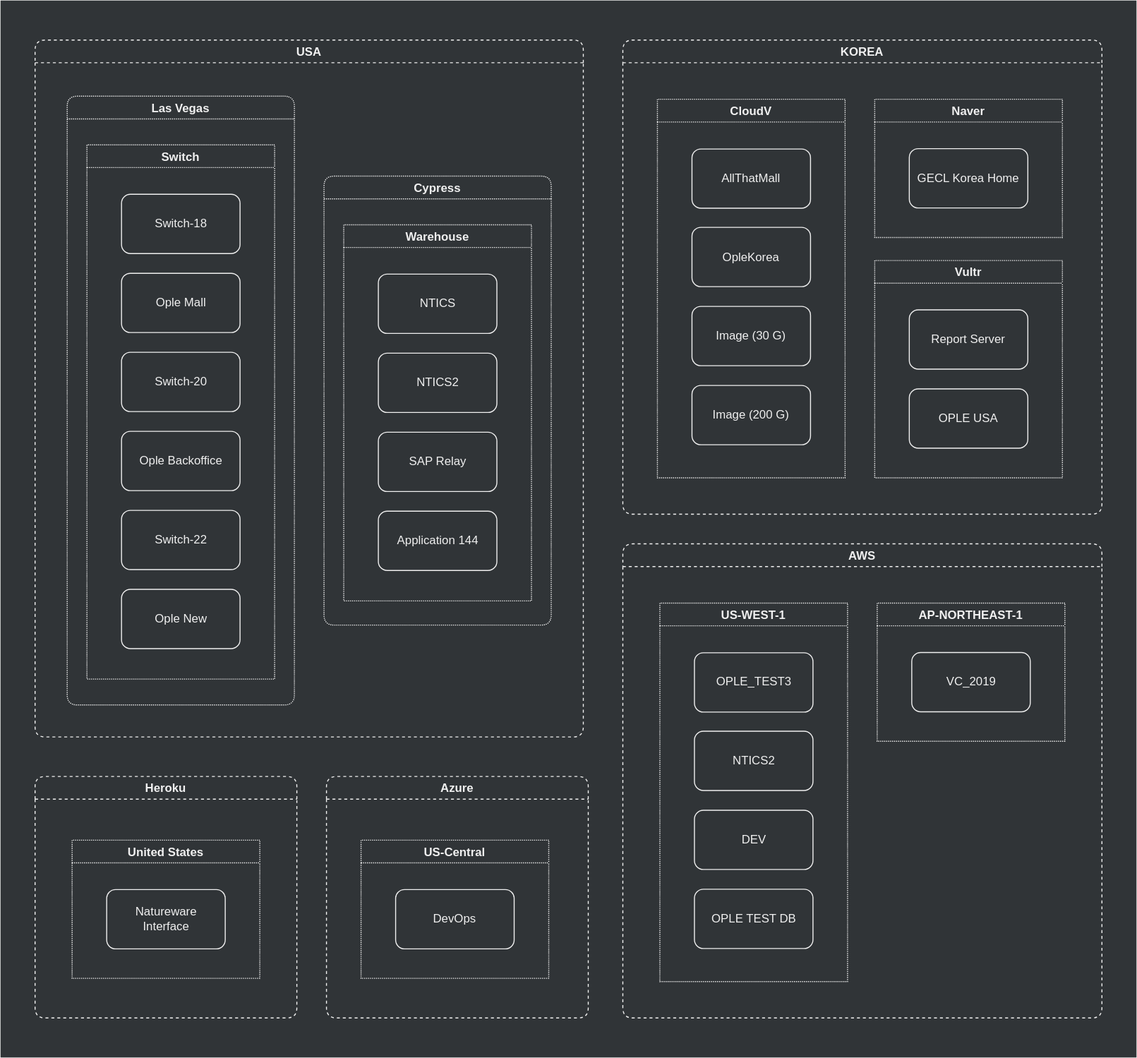
jiholee-ntwglobal/jiholee-ntwglobal.github.io keeps this draw.io diagram as assets/.draw.io/documents/nsf-system-dataflow-diagram.svg. Above is the earlier version. Source tidied: cells renumbered, new cells last; positions are measured from the earlier drawing's top-left corner, leaving out a move shared by most shapes.
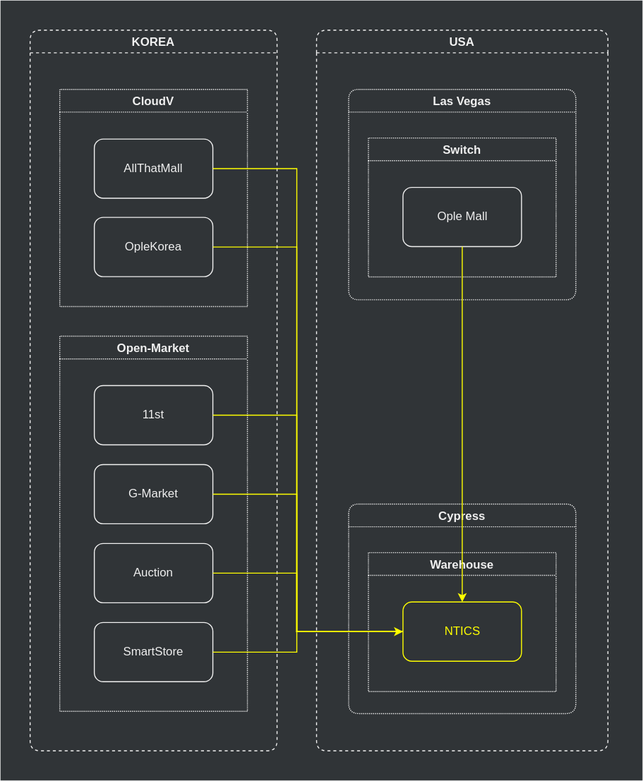
After the commit.

The edit, as a diff of the source:
```diff
@@ -3,58 +3,37 @@
     <mxCell id="0" />
     <mxCell id="1" parent="0" />
     <mxCell id="2" style="rounded=0;whiteSpace=wrap;html=1;fillColor=#303437;strokeColor=none;" parent="1" vertex="1">
-      <mxGeometry width="1150" height="1070" as="geometry" />
+      <mxGeometry width="650" height="790" as="geometry" />
     </mxCell>
     <mxCell id="3" value="USA" style="swimlane;rounded=1;fillColor=none;strokeColor=#F0F0F0;fontColor=#F0F0F0;dashed=1;" parent="1" vertex="1">
-      <mxGeometry x="35" y="40" width="555" height="705.5" as="geometry" />
+      <mxGeometry x="320" y="30" width="295" height="730" as="geometry" />
     </mxCell>
     <mxCell id="4" value="Las Vegas" style="swimlane;rounded=1;fillColor=none;strokeColor=#F0F0F0;fontColor=#F0F0F0;dashed=1;dashPattern=1 1;" parent="3" vertex="1">
-      <mxGeometry x="32.5" y="56.9" width="230" height="616.2" as="geometry" />
+      <mxGeometry x="32.5" y="60" width="230" height="213.1" as="geometry" />
     </mxCell>
     <mxCell id="5" value="Switch" style="swimlane;rounded=0;fillColor=none;strokeColor=#F0F0F0;fontColor=#F0F0F0;dashed=1;dashPattern=1 1;" parent="4" vertex="1">
-      <mxGeometry x="20" y="49.2" width="190" height="540.8" as="geometry" />
+      <mxGeometry x="20" y="49.2" width="190" height="140.8" as="geometry" />
     </mxCell>
-    <mxCell id="6" value="Switch-18" style="rounded=1;whiteSpace=wrap;html=1;strokeColor=#F0F0F0;fillColor=none;fontColor=#F0F0F0;" parent="5" vertex="1">
-      <mxGeometry x="35" y="50" width="120" height="60" as="geometry" />
-    </mxCell>
     <mxCell id="7" value="Ople Mall" style="rounded=1;whiteSpace=wrap;html=1;strokeColor=#F0F0F0;fillColor=none;fontColor=#F0F0F0;" parent="5" vertex="1">
-      <mxGeometry x="35" y="130" width="120" height="60" as="geometry" />
+      <mxGeometry x="35" y="50" width="120" height="60" as="geometry" />
     </mxCell>
-    <mxCell id="8" value="Switch-20" style="rounded=1;whiteSpace=wrap;html=1;strokeColor=#F0F0F0;fillColor=none;fontColor=#F0F0F0;" parent="5" vertex="1">
-      <mxGeometry x="35" y="210" width="120" height="60" as="geometry" />
-    </mxCell>
-    <mxCell id="9" value="Ople Backoffice" style="rounded=1;whiteSpace=wrap;html=1;strokeColor=#F0F0F0;fillColor=none;fontColor=#F0F0F0;" parent="5" vertex="1">
-      <mxGeometry x="35" y="290" width="120" height="60" as="geometry" />
-    </mxCell>
-    <mxCell id="10" value="Switch-22" style="rounded=1;whiteSpace=wrap;html=1;strokeColor=#F0F0F0;fillColor=none;fontColor=#F0F0F0;" parent="5" vertex="1">
-      <mxGeometry x="35" y="370" width="120" height="60" as="geometry" />
-    </mxCell>
-    <mxCell id="11" value="Ople New" style="rounded=1;whiteSpace=wrap;html=1;strokeColor=#F0F0F0;fillColor=none;fontColor=#F0F0F0;" parent="5" vertex="1">
-      <mxGeometry x="35" y="450" width="120" height="60" as="geometry" />
-    </mxCell>
     <mxCell id="12" value="Cypress" style="swimlane;rounded=1;fillColor=none;strokeColor=#F0F0F0;fontColor=#F0F0F0;dashed=1;dashPattern=1 1;" parent="3" vertex="1">
-      <mxGeometry x="292.5" y="137.8" width="230" height="454.5" as="geometry" />
+      <mxGeometry x="32.5" y="480" width="230" height="212.2" as="geometry" />
     </mxCell>
     <mxCell id="13" value="Warehouse" style="swimlane;rounded=0;fillColor=none;strokeColor=#F0F0F0;fontColor=#F0F0F0;dashed=1;dashPattern=1 1;" parent="12" vertex="1">
-      <mxGeometry x="20" y="49.2" width="190" height="380.8" as="geometry" />
+      <mxGeometry x="20" y="49.2" width="190" height="140.8" as="geometry" />
     </mxCell>
-    <mxCell id="14" value="NTICS" style="rounded=1;whiteSpace=wrap;html=1;strokeColor=#F0F0F0;fillColor=none;fontColor=#F0F0F0;" parent="13" vertex="1">
+    <mxCell id="14" value="NTICS" style="rounded=1;whiteSpace=wrap;html=1;strokeColor=#FFFF00;fillColor=none;fontColor=#FFFF00;" parent="13" vertex="1">
       <mxGeometry x="35" y="50" width="120" height="60" as="geometry" />
     </mxCell>
-    <mxCell id="15" value="NTICS2" style="rounded=1;whiteSpace=wrap;html=1;strokeColor=#F0F0F0;fillColor=none;fontColor=#F0F0F0;" parent="13" vertex="1">
-      <mxGeometry x="35" y="130" width="120" height="60" as="geometry" />
-    </mxCell>
-    <mxCell id="16" value="SAP Relay" style="rounded=1;whiteSpace=wrap;html=1;strokeColor=#F0F0F0;fillColor=none;fontColor=#F0F0F0;" parent="13" vertex="1">
-      <mxGeometry x="35" y="210" width="120" height="60" as="geometry" />
-    </mxCell>
-    <mxCell id="17" value="Application 144" style="rounded=1;whiteSpace=wrap;html=1;strokeColor=#F0F0F0;fillColor=none;fontColor=#F0F0F0;" parent="13" vertex="1">
-      <mxGeometry x="35" y="290" width="120" height="60" as="geometry" />
-    </mxCell>
+    <mxCell id="43" style="edgeStyle=orthogonalEdgeStyle;rounded=0;jettySize=auto;html=1;entryX=0.5;entryY=0;entryDx=0;entryDy=0;startArrow=none;startFill=0;endArrow=classic;endFill=1;strokeColor=#FFFF00;fontColor=#FFFF00;" parent="3" edge="1" source="7" target="14">
+      <mxGeometry relative="1" as="geometry" />
+    </mxCell>
     <mxCell id="18" value="KOREA" style="swimlane;rounded=1;fillColor=none;strokeColor=#F0F0F0;fontColor=#F0F0F0;dashed=1;" parent="1" vertex="1">
-      <mxGeometry x="630" y="40" width="485" height="480" as="geometry" />
+      <mxGeometry x="30" y="30" width="250" height="730" as="geometry" />
     </mxCell>
     <mxCell id="19" value="CloudV" style="swimlane;rounded=0;fillColor=none;strokeColor=#F0F0F0;fontColor=#F0F0F0;dashed=1;dashPattern=1 1;" parent="18" vertex="1">
-      <mxGeometry x="35" y="60" width="190" height="383.2" as="geometry" />
+      <mxGeometry x="30" y="60" width="190" height="220" as="geometry" />
     </mxCell>
     <mxCell id="20" value="AllThatMall" style="rounded=1;whiteSpace=wrap;html=1;strokeColor=#F0F0F0;fillColor=none;fontColor=#F0F0F0;" parent="19" vertex="1">
       <mxGeometry x="35" y="50.3" width="120" height="60" as="geometry" />
@@ -62,68 +41,68 @@
     <mxCell id="21" value="OpleKorea" style="rounded=1;whiteSpace=wrap;html=1;strokeColor=#F0F0F0;fillColor=none;fontColor=#F0F0F0;" parent="19" vertex="1">
       <mxGeometry x="35" y="129.7" width="120" height="60" as="geometry" />
     </mxCell>
-    <mxCell id="22" value="Image (30 G)" style="rounded=1;whiteSpace=wrap;html=1;strokeColor=#F0F0F0;fillColor=none;fontColor=#F0F0F0;" parent="19" vertex="1">
-      <mxGeometry x="35" y="209.7" width="120" height="60" as="geometry" />
-    </mxCell>
-    <mxCell id="23" value="Image (200 G)" style="rounded=1;whiteSpace=wrap;html=1;strokeColor=#F0F0F0;fillColor=none;fontColor=#F0F0F0;" parent="19" vertex="1">
-      <mxGeometry x="35" y="289.7" width="120" height="60" as="geometry" />
-    </mxCell>
-    <mxCell id="24" value="Naver" style="swimlane;rounded=0;fillColor=none;strokeColor=#F0F0F0;fontColor=#F0F0F0;dashed=1;dashPattern=1 1;" parent="18" vertex="1">
-      <mxGeometry x="255" y="60" width="190" height="139.9" as="geometry" />
-    </mxCell>
-    <mxCell id="25" value="GECL Korea Home" style="rounded=1;whiteSpace=wrap;html=1;strokeColor=#F0F0F0;fillColor=none;fontColor=#F0F0F0;" parent="24" vertex="1">
-      <mxGeometry x="35" y="50" width="120" height="60" as="geometry" />
-    </mxCell>
-    <mxCell id="26" value="Vultr" style="swimlane;rounded=0;fillColor=none;strokeColor=#F0F0F0;fontColor=#F0F0F0;dashed=1;dashPattern=1 1;" parent="18" vertex="1">
-      <mxGeometry x="255" y="223.2" width="190" height="220" as="geometry" />
+    <mxCell id="26" value="Open-Market" style="swimlane;rounded=0;fillColor=none;strokeColor=#F0F0F0;fontColor=#F0F0F0;dashed=1;dashPattern=1 1;" parent="18" vertex="1">
+      <mxGeometry x="30" y="310" width="190" height="380" as="geometry" />
     </mxCell>
-    <mxCell id="27" value="Report Server" style="rounded=1;whiteSpace=wrap;html=1;strokeColor=#F0F0F0;fillColor=none;fontColor=#F0F0F0;" parent="26" vertex="1">
+    <mxCell id="27" value="11st" style="rounded=1;whiteSpace=wrap;html=1;strokeColor=#F0F0F0;fillColor=none;fontColor=#F0F0F0;" parent="26" vertex="1">
       <mxGeometry x="35" y="50" width="120" height="60" as="geometry" />
     </mxCell>
-    <mxCell id="28" value="OPLE USA" style="rounded=1;whiteSpace=wrap;html=1;strokeColor=#F0F0F0;fillColor=none;fontColor=#F0F0F0;" parent="26" vertex="1">
+    <mxCell id="28" value="G-Market" style="rounded=1;whiteSpace=wrap;html=1;strokeColor=#F0F0F0;fillColor=none;fontColor=#F0F0F0;" parent="26" vertex="1">
       <mxGeometry x="35" y="130" width="120" height="60" as="geometry" />
     </mxCell>
-    <mxCell id="29" value="AWS" style="swimlane;rounded=1;fillColor=none;strokeColor=#F0F0F0;fontColor=#F0F0F0;dashed=1;" parent="1" vertex="1">
-      <mxGeometry x="630" y="550" width="485" height="480" as="geometry" />
-    </mxCell>
-    <mxCell id="30" value="US-WEST-1" style="swimlane;rounded=0;fillColor=none;strokeColor=#F0F0F0;fontColor=#F0F0F0;dashed=1;dashPattern=1 1;" parent="29" vertex="1">
-      <mxGeometry x="37.5" y="60" width="190" height="383.2" as="geometry" />
-    </mxCell>
-    <mxCell id="31" value="OPLE_TEST3" style="rounded=1;whiteSpace=wrap;html=1;strokeColor=#F0F0F0;fillColor=none;fontColor=#F0F0F0;" parent="30" vertex="1">
-      <mxGeometry x="35" y="50.3" width="120" height="60" as="geometry" />
-    </mxCell>
-    <mxCell id="32" value="NTICS2" style="rounded=1;whiteSpace=wrap;html=1;strokeColor=#F0F0F0;fillColor=none;fontColor=#F0F0F0;" parent="30" vertex="1">
-      <mxGeometry x="35" y="129.7" width="120" height="60" as="geometry" />
-    </mxCell>
-    <mxCell id="33" value="DEV" style="rounded=1;whiteSpace=wrap;html=1;strokeColor=#F0F0F0;fillColor=none;fontColor=#F0F0F0;" parent="30" vertex="1">
-      <mxGeometry x="35" y="209.7" width="120" height="60" as="geometry" />
-    </mxCell>
-    <mxCell id="34" value="OPLE TEST DB" style="rounded=1;whiteSpace=wrap;html=1;strokeColor=#F0F0F0;fillColor=none;fontColor=#F0F0F0;" parent="30" vertex="1">
-      <mxGeometry x="35" y="289.7" width="120" height="60" as="geometry" />
-    </mxCell>
-    <mxCell id="35" value="AP-NORTHEAST-1" style="swimlane;rounded=0;fillColor=none;strokeColor=#F0F0F0;fontColor=#F0F0F0;dashed=1;dashPattern=1 1;" parent="29" vertex="1">
-      <mxGeometry x="257.5" y="60" width="190" height="139.9" as="geometry" />
-    </mxCell>
-    <mxCell id="36" value="VC_2019" style="rounded=1;whiteSpace=wrap;html=1;strokeColor=#F0F0F0;fillColor=none;fontColor=#F0F0F0;" parent="35" vertex="1">
-      <mxGeometry x="35" y="50" width="120" height="60" as="geometry" />
-    </mxCell>
-    <mxCell id="37" value="Heroku" style="swimlane;rounded=1;fillColor=none;strokeColor=#F0F0F0;fontColor=#F0F0F0;dashed=1;" parent="1" vertex="1">
-      <mxGeometry x="35" y="785.5" width="265" height="244.5" as="geometry" />
-    </mxCell>
-    <mxCell id="38" value="United States" style="swimlane;rounded=0;fillColor=none;strokeColor=#F0F0F0;fontColor=#F0F0F0;dashed=1;dashPattern=1 1;" parent="37" vertex="1">
-      <mxGeometry x="37.5" y="64.5" width="190" height="139.9" as="geometry" />
-    </mxCell>
-    <mxCell id="39" value="Natureware&lt;br&gt;Interface" style="rounded=1;whiteSpace=wrap;html=1;strokeColor=#F0F0F0;fillColor=none;fontColor=#F0F0F0;" parent="38" vertex="1">
-      <mxGeometry x="35" y="50" width="120" height="60" as="geometry" />
-    </mxCell>
-    <mxCell id="40" value="Azure" style="swimlane;rounded=1;fillColor=none;strokeColor=#F0F0F0;fontColor=#F0F0F0;dashed=1;" parent="1" vertex="1">
-      <mxGeometry x="330" y="785.5" width="265" height="244.5" as="geometry" />
-    </mxCell>
-    <mxCell id="41" value="US-Central" style="swimlane;rounded=0;fillColor=none;strokeColor=#F0F0F0;fontColor=#F0F0F0;dashed=1;dashPattern=1 1;" parent="40" vertex="1">
-      <mxGeometry x="35" y="64.5" width="190" height="139.9" as="geometry" />
-    </mxCell>
-    <mxCell id="42" value="DevOps" style="rounded=1;whiteSpace=wrap;html=1;strokeColor=#F0F0F0;fillColor=none;fontColor=#F0F0F0;" parent="41" vertex="1">
-      <mxGeometry x="35" y="50" width="120" height="60" as="geometry" />
-    </mxCell>
+    <mxCell id="44" value="Auction" style="rounded=1;whiteSpace=wrap;html=1;strokeColor=#F0F0F0;fillColor=none;fontColor=#F0F0F0;" parent="26" vertex="1">
+      <mxGeometry x="35" y="210" width="120" height="60" as="geometry" />
+    </mxCell>
+    <mxCell id="45" value="SmartStore" style="rounded=1;whiteSpace=wrap;html=1;strokeColor=#F0F0F0;fillColor=none;fontColor=#F0F0F0;" parent="26" vertex="1">
+      <mxGeometry x="35" y="290" width="120" height="60" as="geometry" />
+    </mxCell>
+    <mxCell id="46" style="edgeStyle=orthogonalEdgeStyle;rounded=0;jettySize=auto;html=1;entryX=0;entryY=0.5;entryDx=0;entryDy=0;startArrow=none;startFill=0;endArrow=classic;endFill=1;strokeColor=#FFFF00;fontColor=#FFFF00;" parent="1" edge="1" source="20" target="14">
+      <mxGeometry relative="1" as="geometry">
+        <Array as="points">
+          <mxPoint x="300" y="170" />
+          <mxPoint x="300" y="639" />
+        </Array>
+      </mxGeometry>
+    </mxCell>
+    <mxCell id="47" style="edgeStyle=orthogonalEdgeStyle;rounded=0;jettySize=auto;html=1;entryX=0;entryY=0.5;entryDx=0;entryDy=0;startArrow=none;startFill=0;endArrow=none;endFill=0;strokeColor=#FFFF00;fontColor=#FFFF00;" parent="1" edge="1" source="21" target="14">
+      <mxGeometry relative="1" as="geometry">
+        <Array as="points">
+          <mxPoint x="300" y="250" />
+          <mxPoint x="300" y="639" />
+        </Array>
+      </mxGeometry>
+    </mxCell>
+    <mxCell id="48" style="edgeStyle=orthogonalEdgeStyle;rounded=0;jettySize=auto;html=1;entryX=0;entryY=0.5;entryDx=0;entryDy=0;startArrow=none;startFill=0;endArrow=none;endFill=0;strokeColor=#FFFF00;fontColor=#FFFF00;" parent="1" edge="1" source="27" target="14">
+      <mxGeometry relative="1" as="geometry">
+        <Array as="points">
+          <mxPoint x="300" y="420" />
+          <mxPoint x="300" y="639" />
+        </Array>
+      </mxGeometry>
+    </mxCell>
+    <mxCell id="49" style="edgeStyle=orthogonalEdgeStyle;rounded=0;jettySize=auto;html=1;entryX=0;entryY=0.5;entryDx=0;entryDy=0;startArrow=none;startFill=0;endArrow=none;endFill=0;strokeColor=#FFFF00;fontColor=#FFFF00;" parent="1" edge="1" source="28" target="14">
+      <mxGeometry relative="1" as="geometry">
+        <Array as="points">
+          <mxPoint x="300" y="500" />
+          <mxPoint x="300" y="639" />
+        </Array>
+      </mxGeometry>
+    </mxCell>
+    <mxCell id="50" style="edgeStyle=orthogonalEdgeStyle;rounded=0;jettySize=auto;html=1;entryX=0;entryY=0.5;entryDx=0;entryDy=0;startArrow=none;startFill=0;endArrow=none;endFill=0;strokeColor=#FFFF00;fontColor=#FFFF00;" parent="1" edge="1" source="44" target="14">
+      <mxGeometry relative="1" as="geometry">
+        <Array as="points">
+          <mxPoint x="300" y="580" />
+          <mxPoint x="300" y="639" />
+        </Array>
+      </mxGeometry>
+    </mxCell>
+    <mxCell id="51" style="edgeStyle=orthogonalEdgeStyle;rounded=0;jettySize=auto;html=1;entryX=0;entryY=0.5;entryDx=0;entryDy=0;startArrow=none;startFill=0;endArrow=none;endFill=0;strokeColor=#FFFF00;fontColor=#FFFF00;" parent="1" edge="1" source="45" target="14">
+      <mxGeometry relative="1" as="geometry">
+        <Array as="points">
+          <mxPoint x="300" y="660" />
+          <mxPoint x="300" y="639" />
+        </Array>
+      </mxGeometry>
+    </mxCell>
   </root>
 </mxGraphModel>
```
